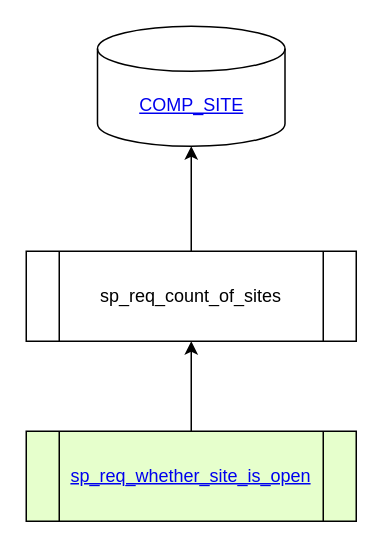
Earlier version of the draw.io diagram sp_req_whether_site_is_open.drawio (Leo-Nam/chium_draw). Source tidied: cells renumbered, new cells numbered last; positions are measured from the earlier drawing's top-left corner, leaving out a move shared by most shapes. Both pictures are drawn from the tidied source at 150%, with x=0, y=0 at pixel (26, 26).
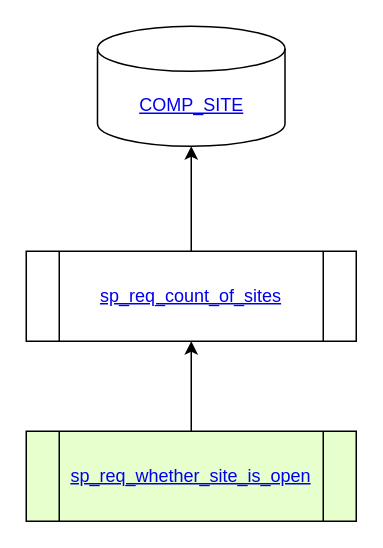
After the change.

Diff of the diagram source:
```diff
@@
 <mxGraphModel>
   <root>
     <mxCell id="0" />
     <mxCell id="1" parent="0" />
     <mxCell id="2" style="edgeStyle=orthogonalEdgeStyle;rounded=0;jettySize=auto;html=1;" parent="1" edge="1" source="3" target="5">
       <mxGeometry relative="1" as="geometry" />
     </mxCell>
     <mxCell id="3" value="&lt;a href=&quot;https://www.notion.so/sp_req_whether_site_is_open-be7e209ca6414feca723256d53d19784&quot;&gt;sp_req_whether_site_is_open&lt;/a&gt;" style="shape=process;whiteSpace=wrap;html=1;backgroundOutline=1;rounded=0;fillColor=#E6FFCC;" parent="1" vertex="1">
       <mxGeometry y="270" width="220" height="60" as="geometry" />
     </mxCell>
     <mxCell id="4" style="edgeStyle=orthogonalEdgeStyle;rounded=0;jettySize=auto;html=1;" parent="1" edge="1" source="5" target="6">
       <mxGeometry relative="1" as="geometry" />
     </mxCell>
-    <mxCell id="5" value="sp_req_count_of_sites" style="shape=process;whiteSpace=wrap;html=1;backgroundOutline=1;rounded=0;" parent="1" vertex="1">
+    <mxCell id="5" value="&lt;a href=&quot;https://github.com/Leo-Nam/chium_draw/blob/master/sp_req_count_of_sites.drawio&quot;&gt;sp_req_count_of_sites&lt;/a&gt;" style="shape=process;whiteSpace=wrap;html=1;backgroundOutline=1;rounded=0;" parent="1" vertex="1">
       <mxGeometry y="150" width="220" height="60" as="geometry" />
     </mxCell>
     <mxCell id="6" value="&lt;a href=&quot;https://www.notion.so/COMP_SITE-accb03cb0e274fda9f742a88703b821a&quot;&gt;COMP_SITE&lt;/a&gt;" style="shape=cylinder3;whiteSpace=wrap;html=1;boundedLbl=1;backgroundOutline=1;size=15;" parent="1" vertex="1">
       <mxGeometry x="47.5" width="125" height="80" as="geometry" />
     </mxCell>
   </root>
 </mxGraphModel>
```
